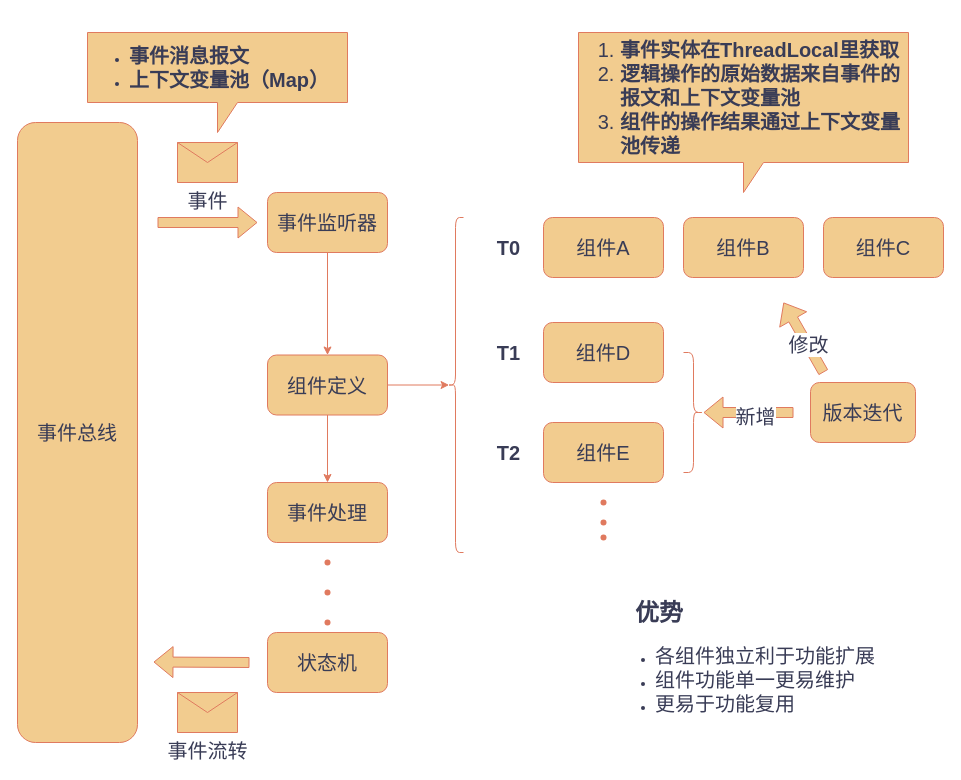
java-zengguang/images keeps this draw.io diagram as page "事件监听二级子组件原理图" (5 of 5) of 事件总线原理图.drawio. Above is the earlier version. Source tidied: cells renumbered, new cells numbered last; positions are measured from the earlier drawing's top-left corner, leaving out a move shared by most shapes. Both pictures are drawn from the tidied source at 100%, with x=0, y=0 at pixel (17, 32).
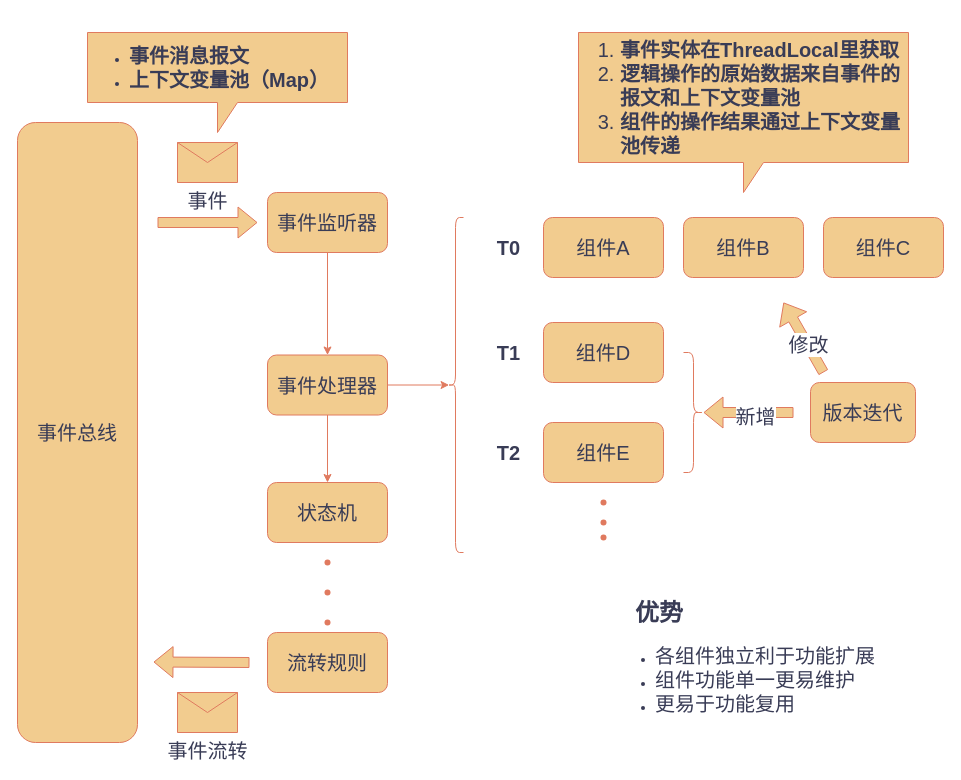
The same page after the edit.

Commit message:
更新事件总线原理图.drawio

Diff of the diagram source:
```diff
@@
-    <mxCell id="12" value="&lt;font style=&quot;font-size: 20px;&quot;&gt;组件定义&lt;/font&gt;" style="rounded=1;whiteSpace=wrap;html=1;fillColor=#F2CC8F;strokeColor=#E07A5F;labelBackgroundColor=none;fontColor=#393C56;" parent="1" vertex="1">
+    <mxCell id="12" value="&lt;span style=&quot;font-size: 20px;&quot;&gt;事件处理器&lt;/span&gt;" style="rounded=1;whiteSpace=wrap;html=1;fillColor=#F2CC8F;strokeColor=#E07A5F;labelBackgroundColor=none;fontColor=#393C56;" parent="1" vertex="1">
       <mxGeometry x="250" y="322.5" width="120" height="60" as="geometry" />
     </mxCell>
@@
-    <mxCell id="19" value="&lt;font style=&quot;font-size: 20px;&quot;&gt;事件处理&lt;/font&gt;" style="rounded=1;whiteSpace=wrap;html=1;fillColor=#F2CC8F;strokeColor=#E07A5F;labelBackgroundColor=none;fontColor=#393C56;" parent="1" vertex="1">
+    <mxCell id="19" value="&lt;span style=&quot;font-size: 20px;&quot;&gt;状态机&lt;/span&gt;" style="rounded=1;whiteSpace=wrap;html=1;fillColor=#F2CC8F;strokeColor=#E07A5F;labelBackgroundColor=none;fontColor=#393C56;" parent="1" vertex="1">
       <mxGeometry x="250" y="450" width="120" height="60" as="geometry" />
     </mxCell>
@@
-    <mxCell id="35" value="&lt;font style=&quot;font-size: 20px;&quot;&gt;状态机&lt;/font&gt;" style="rounded=1;whiteSpace=wrap;html=1;strokeColor=#E07A5F;fontColor=#393C56;fillColor=#F2CC8F;" parent="1" vertex="1">
+    <mxCell id="35" value="&lt;span style=&quot;font-size: 20px;&quot;&gt;流转规则&lt;/span&gt;" style="rounded=1;whiteSpace=wrap;html=1;strokeColor=#E07A5F;fontColor=#393C56;fillColor=#F2CC8F;" parent="1" vertex="1">
       <mxGeometry x="250" y="600" width="120" height="60" as="geometry" />
     </mxCell>
```
